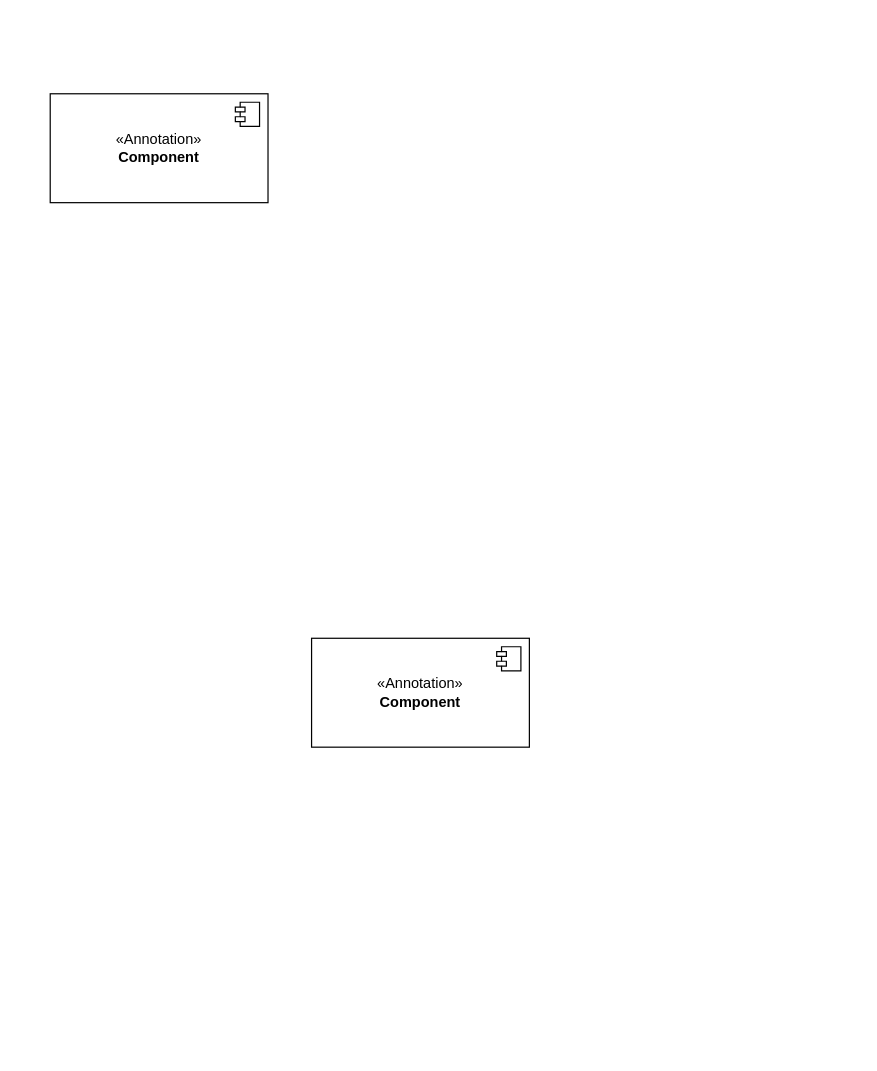
AtongaTech/Documentation-Design keeps this draw.io diagram as diagramas/diagrama_componentes.drawio. Above is the earlier version. Source tidied: cells renumbered, new cells numbered last; positions are measured from the earlier drawing's top-left corner, leaving out a move shared by most shapes. Both pictures are drawn from the tidied source at 121%, with x=0, y=0 at pixel (50, 93).
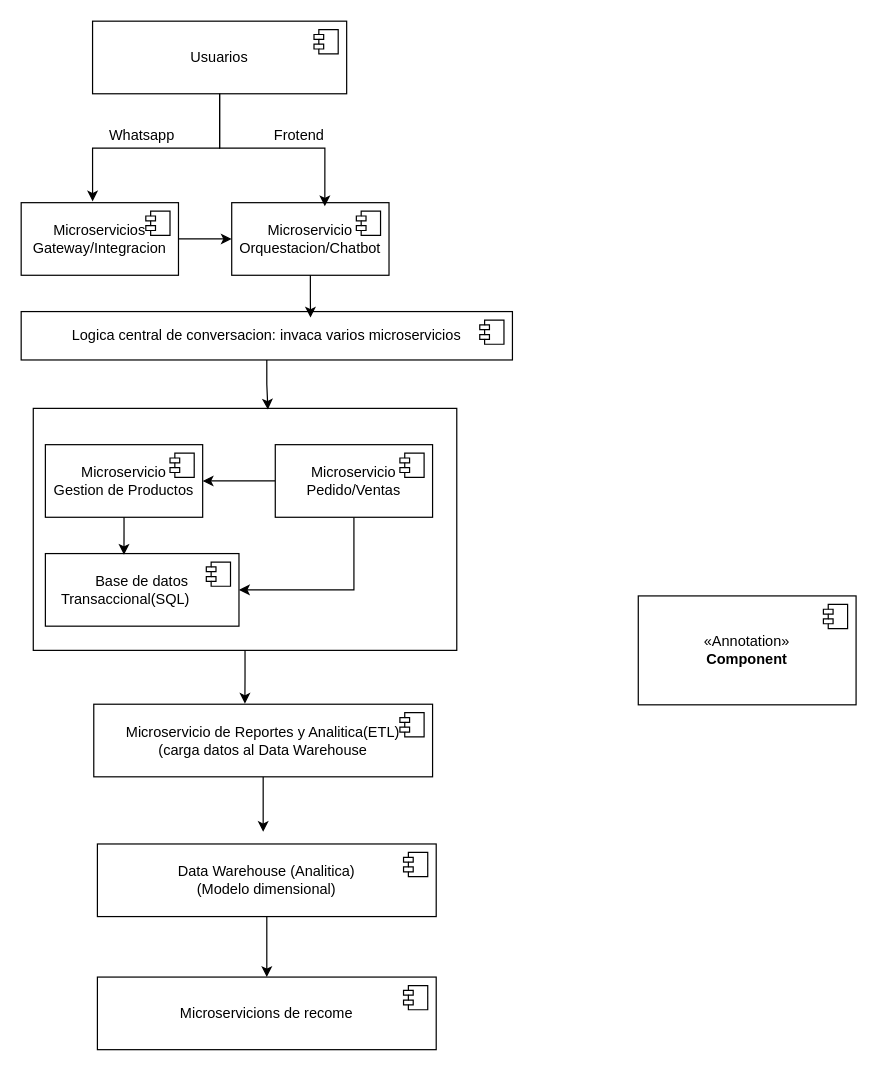
After the change.

Commit message:
Transcripción diagrama

Diff of the diagram source:
```diff
@@
+    <mxCell id="6" style="rounded=0;whiteSpace=wrap;html=1;" parent="1" vertex="1">
+      <mxGeometry x="-14" y="260" width="350" height="200" as="geometry" />
+    </mxCell>
     <mxCell id="2" value="&amp;laquo;Annotation&amp;raquo;&lt;br/&gt;&lt;b&gt;Component&lt;/b&gt;" style="html=1;whiteSpace=wrap;" parent="1" vertex="1">
-      <mxGeometry x="216" y="450" width="180" height="90" as="geometry" />
+      <mxGeometry x="486" y="415" width="180" height="90" as="geometry" />
     </mxCell>
@@
-    <mxCell id="4" value="&amp;laquo;Annotation&amp;raquo;&lt;br/&gt;&lt;b&gt;Component&lt;/b&gt;" style="html=1;whiteSpace=wrap;" parent="1" vertex="1">
-      <mxGeometry width="180" height="90" as="geometry" />
+    <mxCell id="4" value="Usuarios" style="html=1;whiteSpace=wrap;" parent="1" vertex="1">
+      <mxGeometry x="35" y="-60" width="210" height="60" as="geometry" />
     </mxCell>
@@
+    <mxCell id="7" style="edgeStyle=orthogonalEdgeStyle;rounded=0;jettySize=auto;html=1;entryX=0;entryY=0.5;entryDx=0;entryDy=0;" parent="1" edge="1" source="8" target="10">
+      <mxGeometry relative="1" as="geometry" />
+    </mxCell>
+    <mxCell id="8" value="Microservicios&lt;br&gt;Gateway/Integracion" style="html=1;whiteSpace=wrap;" parent="1" vertex="1">
+      <mxGeometry x="-24" y="90" width="130" height="60" as="geometry" />
+    </mxCell>
+    <mxCell id="9" style="shape=module;jettyWidth=8;jettyHeight=4;" parent="8" vertex="1">
+      <mxGeometry x="1" width="20" height="20" relative="1" as="geometry">
+        <mxPoint x="-27" y="7" as="offset" />
+      </mxGeometry>
+    </mxCell>
+    <mxCell id="10" value="Microservicio&lt;br&gt;Orquestacion/Chatbot" style="html=1;whiteSpace=wrap;" parent="1" vertex="1">
+      <mxGeometry x="150" y="90" width="130" height="60" as="geometry" />
+    </mxCell>
+    <mxCell id="11" style="shape=module;jettyWidth=8;jettyHeight=4;" parent="10" vertex="1">
+      <mxGeometry x="1" width="20" height="20" relative="1" as="geometry">
+        <mxPoint x="-27" y="7" as="offset" />
+      </mxGeometry>
+    </mxCell>
+    <mxCell id="12" value="Microservicio&lt;br&gt;Gestion de Productos" style="html=1;whiteSpace=wrap;" parent="1" vertex="1">
+      <mxGeometry x="-4" y="290" width="130" height="60" as="geometry" />
+    </mxCell>
+    <mxCell id="13" style="shape=module;jettyWidth=8;jettyHeight=4;" parent="12" vertex="1">
+      <mxGeometry x="1" width="20" height="20" relative="1" as="geometry">
+        <mxPoint x="-27" y="7" as="offset" />
+      </mxGeometry>
+    </mxCell>
+    <mxCell id="14" style="edgeStyle=orthogonalEdgeStyle;rounded=0;jettySize=auto;html=1;entryX=1;entryY=0.5;entryDx=0;entryDy=0;" parent="1" edge="1" source="16" target="12">
+      <mxGeometry relative="1" as="geometry" />
+    </mxCell>
+    <mxCell id="15" style="edgeStyle=orthogonalEdgeStyle;rounded=0;jettySize=auto;html=1;entryX=1;entryY=0.5;entryDx=0;entryDy=0;" parent="1" edge="1" source="16" target="18">
+      <mxGeometry relative="1" as="geometry">
+        <Array as="points">
+          <mxPoint x="251" y="410" />
+        </Array>
+      </mxGeometry>
+    </mxCell>
+    <mxCell id="16" value="Microservicio&lt;br&gt;Pedido/Ventas" style="html=1;whiteSpace=wrap;" parent="1" vertex="1">
+      <mxGeometry x="186" y="290" width="130" height="60" as="geometry" />
+    </mxCell>
+    <mxCell id="17" style="shape=module;jettyWidth=8;jettyHeight=4;" parent="16" vertex="1">
+      <mxGeometry x="1" width="20" height="20" relative="1" as="geometry">
+        <mxPoint x="-27" y="7" as="offset" />
+      </mxGeometry>
+    </mxCell>
+    <mxCell id="18" value="Base de datos&lt;br&gt;Transaccional(SQL)&lt;span style=&quot;white-space: pre;&quot;&gt;&#9;&lt;/span&gt;" style="html=1;whiteSpace=wrap;" parent="1" vertex="1">
+      <mxGeometry x="-4" y="380" width="160" height="60" as="geometry" />
+    </mxCell>
+    <mxCell id="19" style="shape=module;jettyWidth=8;jettyHeight=4;" parent="18" vertex="1">
+      <mxGeometry x="1" width="20" height="20" relative="1" as="geometry">
+        <mxPoint x="-27" y="7" as="offset" />
+      </mxGeometry>
+    </mxCell>
+    <mxCell id="20" style="edgeStyle=orthogonalEdgeStyle;rounded=0;jettySize=auto;html=1;" parent="1" edge="1" source="21">
+      <mxGeometry relative="1" as="geometry">
+        <mxPoint x="176" y="610" as="targetPoint" />
+      </mxGeometry>
+    </mxCell>
+    <mxCell id="21" value="Microservicio de Reportes y Analitica(ETL)&lt;br&gt;(carga datos al Data Warehouse" style="html=1;whiteSpace=wrap;" parent="1" vertex="1">
+      <mxGeometry x="36" y="504.5" width="280" height="60" as="geometry" />
+    </mxCell>
+    <mxCell id="22" style="shape=module;jettyWidth=8;jettyHeight=4;" parent="21" vertex="1">
+      <mxGeometry x="1" width="20" height="20" relative="1" as="geometry">
+        <mxPoint x="-27" y="7" as="offset" />
+      </mxGeometry>
+    </mxCell>
+    <mxCell id="23" style="edgeStyle=orthogonalEdgeStyle;rounded=0;jettySize=auto;html=1;entryX=0.5;entryY=0;entryDx=0;entryDy=0;" parent="1" edge="1" source="24" target="26">
+      <mxGeometry relative="1" as="geometry" />
+    </mxCell>
+    <mxCell id="24" value="Data Warehouse (Analitica)&lt;br&gt;(Modelo dimensional)" style="html=1;whiteSpace=wrap;" parent="1" vertex="1">
+      <mxGeometry x="39" y="620" width="280" height="60" as="geometry" />
+    </mxCell>
+    <mxCell id="25" style="shape=module;jettyWidth=8;jettyHeight=4;" parent="24" vertex="1">
+      <mxGeometry x="1" width="20" height="20" relative="1" as="geometry">
+        <mxPoint x="-27" y="7" as="offset" />
+      </mxGeometry>
+    </mxCell>
+    <mxCell id="26" value="Microservicions de recome" style="html=1;whiteSpace=wrap;" parent="1" vertex="1">
+      <mxGeometry x="39" y="730" width="280" height="60" as="geometry" />
+    </mxCell>
+    <mxCell id="27" style="shape=module;jettyWidth=8;jettyHeight=4;" parent="26" vertex="1">
+      <mxGeometry x="1" width="20" height="20" relative="1" as="geometry">
+        <mxPoint x="-27" y="7" as="offset" />
+      </mxGeometry>
+    </mxCell>
+    <mxCell id="28" style="edgeStyle=orthogonalEdgeStyle;rounded=0;jettySize=auto;html=1;entryX=0.454;entryY=-0.017;entryDx=0;entryDy=0;entryPerimeter=0;" parent="1" edge="1" source="4" target="8">
+      <mxGeometry relative="1" as="geometry" />
+    </mxCell>
+    <mxCell id="29" style="edgeStyle=orthogonalEdgeStyle;rounded=0;jettySize=auto;html=1;entryX=0.592;entryY=0.05;entryDx=0;entryDy=0;entryPerimeter=0;" parent="1" edge="1" source="4" target="10">
+      <mxGeometry relative="1" as="geometry" />
+    </mxCell>
+    <mxCell id="30" value="Whatsapp" style="text;html=1;align=center;verticalAlign=middle;whiteSpace=wrap;rounded=0;" parent="1" vertex="1">
+      <mxGeometry x="46" y="20" width="60" height="30" as="geometry" />
+    </mxCell>
+    <mxCell id="31" value="Frotend" style="text;html=1;align=center;verticalAlign=middle;whiteSpace=wrap;rounded=0;" parent="1" vertex="1">
+      <mxGeometry x="176" y="20" width="60" height="30" as="geometry" />
+    </mxCell>
+    <mxCell id="32" value="Logica central de conversacion: invaca varios microservicios" style="html=1;whiteSpace=wrap;" parent="1" vertex="1">
+      <mxGeometry x="-24" y="180" width="406" height="40" as="geometry" />
+    </mxCell>
+    <mxCell id="33" style="shape=module;jettyWidth=8;jettyHeight=4;" parent="32" vertex="1">
+      <mxGeometry x="1" width="20" height="20" relative="1" as="geometry">
+        <mxPoint x="-27" y="7" as="offset" />
+      </mxGeometry>
+    </mxCell>
+    <mxCell id="34" style="edgeStyle=orthogonalEdgeStyle;rounded=0;jettySize=auto;html=1;entryX=0.589;entryY=0.125;entryDx=0;entryDy=0;entryPerimeter=0;" parent="1" edge="1" source="10" target="32">
+      <mxGeometry relative="1" as="geometry" />
+    </mxCell>
+    <mxCell id="35" style="edgeStyle=orthogonalEdgeStyle;rounded=0;jettySize=auto;html=1;entryX=0.406;entryY=0.017;entryDx=0;entryDy=0;entryPerimeter=0;" parent="1" edge="1" source="12" target="18">
+      <mxGeometry relative="1" as="geometry" />
+    </mxCell>
+    <mxCell id="36" style="edgeStyle=orthogonalEdgeStyle;rounded=0;jettySize=auto;html=1;entryX=0.554;entryY=0.005;entryDx=0;entryDy=0;entryPerimeter=0;" parent="1" edge="1" source="32" target="6">
+      <mxGeometry relative="1" as="geometry" />
+    </mxCell>
+    <mxCell id="37" style="edgeStyle=orthogonalEdgeStyle;rounded=0;jettySize=auto;html=1;entryX=0.446;entryY=-0.008;entryDx=0;entryDy=0;entryPerimeter=0;" parent="1" edge="1" source="6" target="21">
+      <mxGeometry relative="1" as="geometry" />
+    </mxCell>
```
